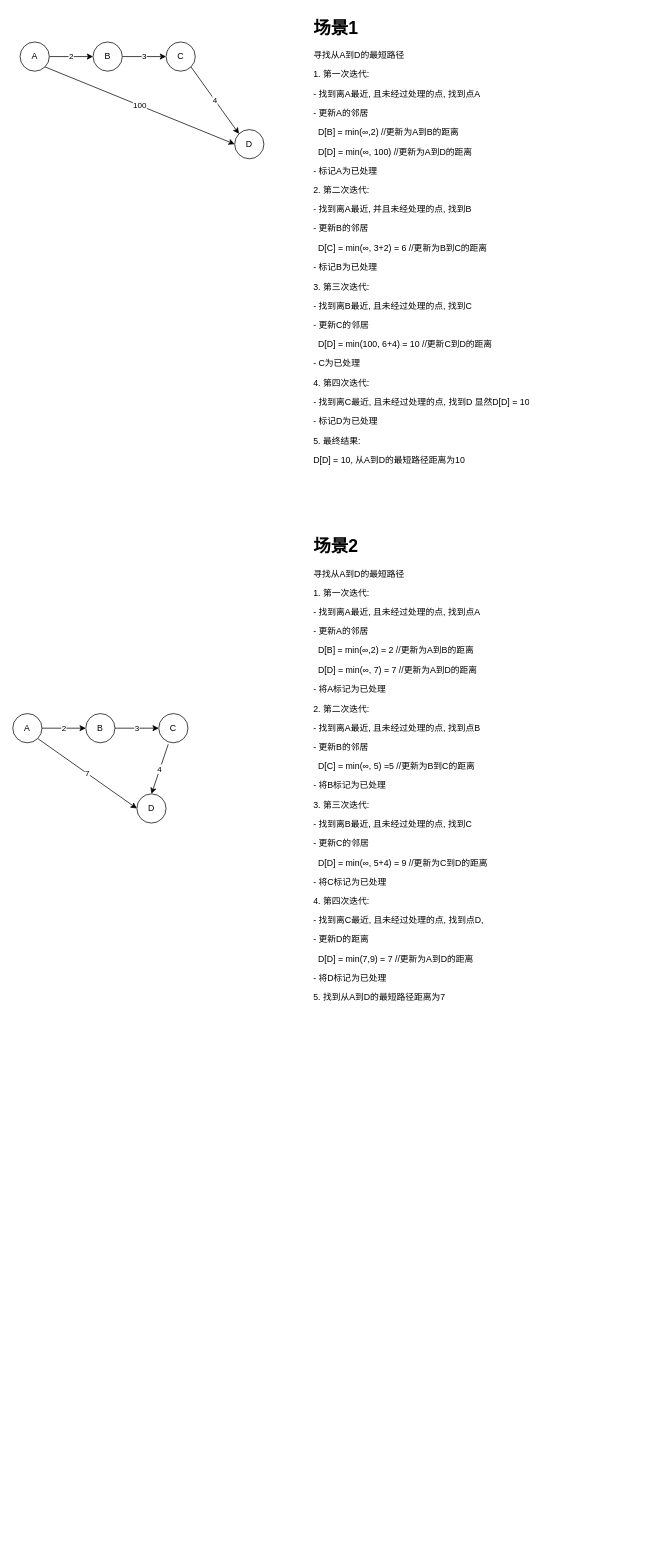
Earlier version of the draw.io diagram graph.drawio (yuhang9580/drawio). Source tidied: cells renumbered, new cells numbered last; positions are measured from the earlier drawing's top-left corner, leaving out a move shared by most shapes. Both pictures are drawn from the tidied source at 73%, with x=0, y=0 at pixel (12, 12).
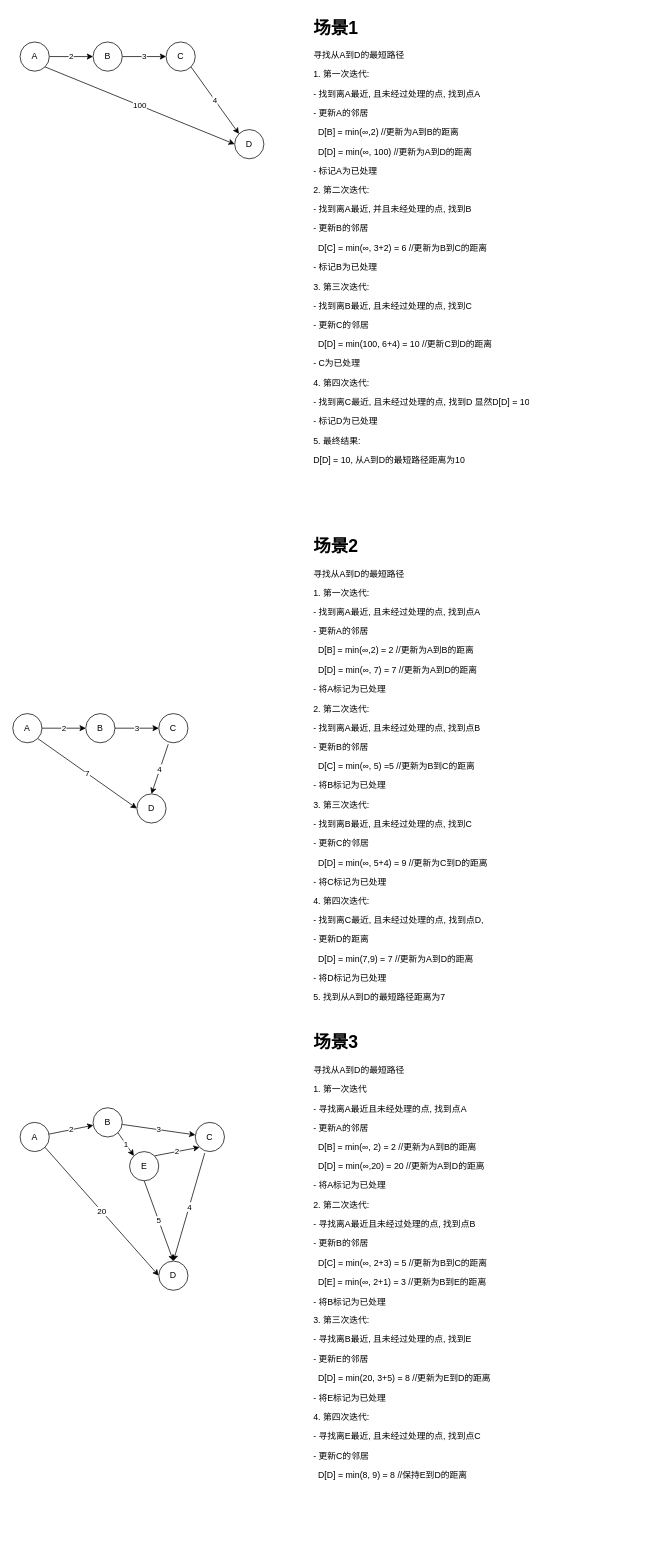
After the change.

Diff of the diagram source:
```diff
@@
+    <mxCell id="20" value="2" style="edgeStyle=none;rounded=0;jettySize=auto;html=1;" parent="1" edge="1" source="22" target="25">
+      <mxGeometry relative="1" as="geometry" />
+    </mxCell>
+    <mxCell id="21" value="20" style="edgeStyle=none;rounded=0;jettySize=auto;html=1;exitX=1;exitY=1;exitDx=0;exitDy=0;entryX=0;entryY=0.5;entryDx=0;entryDy=0;" parent="1" edge="1" source="22" target="28">
+      <mxGeometry relative="1" as="geometry" />
+    </mxCell>
+    <mxCell id="22" value="A" style="ellipse;whiteSpace=wrap;html=1;" parent="1" vertex="1">
+      <mxGeometry x="10" y="1520" width="40" height="40" as="geometry" />
+    </mxCell>
+    <mxCell id="23" value="3" style="edgeStyle=none;rounded=0;jettySize=auto;html=1;" parent="1" edge="1" source="25" target="27">
+      <mxGeometry relative="1" as="geometry" />
+    </mxCell>
+    <mxCell id="24" value="1" style="edgeStyle=none;rounded=0;jettySize=auto;html=1;exitX=1;exitY=1;exitDx=0;exitDy=0;entryX=0;entryY=0;entryDx=0;entryDy=0;" parent="1" edge="1" source="25" target="31">
+      <mxGeometry x="0.01" relative="1" as="geometry" />
+    </mxCell>
+    <mxCell id="25" value="B" style="ellipse;whiteSpace=wrap;html=1;" parent="1" vertex="1">
+      <mxGeometry x="110" y="1500" width="40" height="40" as="geometry" />
+    </mxCell>
+    <mxCell id="26" value="4" style="edgeStyle=none;rounded=0;jettySize=auto;html=1;exitX=0.325;exitY=1.05;exitDx=0;exitDy=0;entryX=0.5;entryY=0;entryDx=0;entryDy=0;exitPerimeter=0;" parent="1" edge="1" source="27" target="28">
+      <mxGeometry relative="1" as="geometry" />
+    </mxCell>
+    <mxCell id="27" value="C" style="ellipse;whiteSpace=wrap;html=1;" parent="1" vertex="1">
+      <mxGeometry x="250" y="1520" width="40" height="40" as="geometry" />
+    </mxCell>
+    <mxCell id="28" value="D" style="ellipse;whiteSpace=wrap;html=1;" parent="1" vertex="1">
+      <mxGeometry x="200" y="1710" width="40" height="40" as="geometry" />
+    </mxCell>
+    <mxCell id="29" value="5" style="edgeStyle=none;rounded=0;jettySize=auto;html=1;exitX=0.5;exitY=1;exitDx=0;exitDy=0;entryX=0.5;entryY=0;entryDx=0;entryDy=0;" parent="1" edge="1" source="31" target="28">
+      <mxGeometry x="0.01" relative="1" as="geometry" />
+    </mxCell>
+    <mxCell id="30" value="2" style="edgeStyle=none;rounded=0;jettySize=auto;html=1;exitX=1;exitY=0;exitDx=0;exitDy=0;entryX=0;entryY=1;entryDx=0;entryDy=0;" parent="1" edge="1" source="31" target="27">
+      <mxGeometry relative="1" as="geometry" />
+    </mxCell>
+    <mxCell id="31" value="E" style="ellipse;whiteSpace=wrap;html=1;" parent="1" vertex="1">
+      <mxGeometry x="160" y="1560" width="40" height="40" as="geometry" />
+    </mxCell>
+    <mxCell id="32" value="&lt;h1 style=&quot;margin-top: 0px;&quot;&gt;场景3&lt;/h1&gt;&lt;p&gt;寻找从A到D的最短路径&lt;/p&gt;&lt;p&gt;1. 第一次迭代&lt;/p&gt;&lt;p&gt;- 寻找离A最近且未经处理的点, 找到点A&lt;/p&gt;&lt;p&gt;- 更新A的邻居&lt;/p&gt;&lt;p&gt;&amp;nbsp; D[B] = min(∞, 2) = 2 //更新为A到B的距离&lt;/p&gt;&lt;p&gt;&amp;nbsp; D[D] = min(∞,20) = 20 //更新为A到D的距离&lt;/p&gt;&lt;p&gt;- 将A标记为已处理&lt;/p&gt;&lt;p&gt;2. 第二次迭代:&lt;/p&gt;&lt;p&gt;- 寻找离A最近且未经过处理的点, 找到点B&lt;/p&gt;&lt;p&gt;- 更新B的邻居&lt;/p&gt;&lt;p&gt;&amp;nbsp; D[C] = min(∞, 2+3) = 5 //更新为B到C的距离&lt;/p&gt;&lt;p&gt;&amp;nbsp; D[E] = min(∞, 2+1) = 3 //更新为B到E的距离&lt;/p&gt;&lt;p&gt;- 将B标记为已处理&lt;/p&gt;&lt;p&gt;3. 第三次迭代:&lt;/p&gt;&lt;p&gt;- 寻找离B最近, 且未经过处理的点, 找到E&lt;/p&gt;&lt;p&gt;- 更新E的邻居&lt;/p&gt;&lt;p&gt;&amp;nbsp; D[D] = min(20, 3+5) = 8 //更新为E到D的距离&lt;/p&gt;&lt;p&gt;- 将E标记为已处理&lt;/p&gt;&lt;p&gt;4. 第四次迭代:&lt;/p&gt;&lt;p&gt;- 寻找离E最近, 且未经过处理的点, 找到点C&lt;/p&gt;&lt;p&gt;- 更新C的邻居&lt;/p&gt;&lt;p&gt;&amp;nbsp; D[D] = min(8, 9) = 8 //保持E到D的距离&lt;/p&gt;&lt;p&gt;&lt;br&gt;&lt;/p&gt;" style="text;html=1;whiteSpace=wrap;overflow=hidden;rounded=0;" parent="1" vertex="1">
+      <mxGeometry x="410" y="1390" width="470" height="700" as="geometry" />
+    </mxCell>
```
